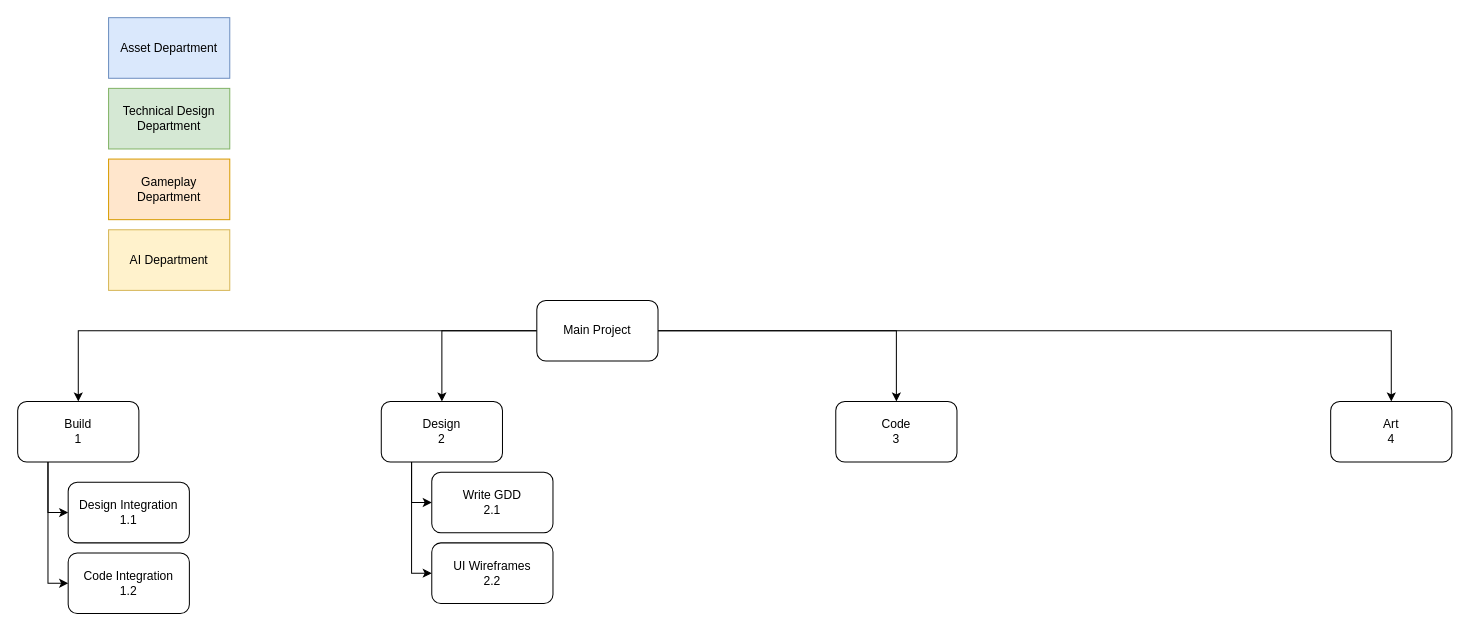
Afronomical/StudioModuleSWEGMT keeps this draw.io diagram as WBS.drawio. Above is the earlier version. Source tidied: cells renumbered, new cells numbered last; positions are measured from the earlier drawing's top-left corner, leaving out a move shared by most shapes. Both pictures are drawn from the tidied source at 101%, with x=0, y=0 at pixel (17, 17).
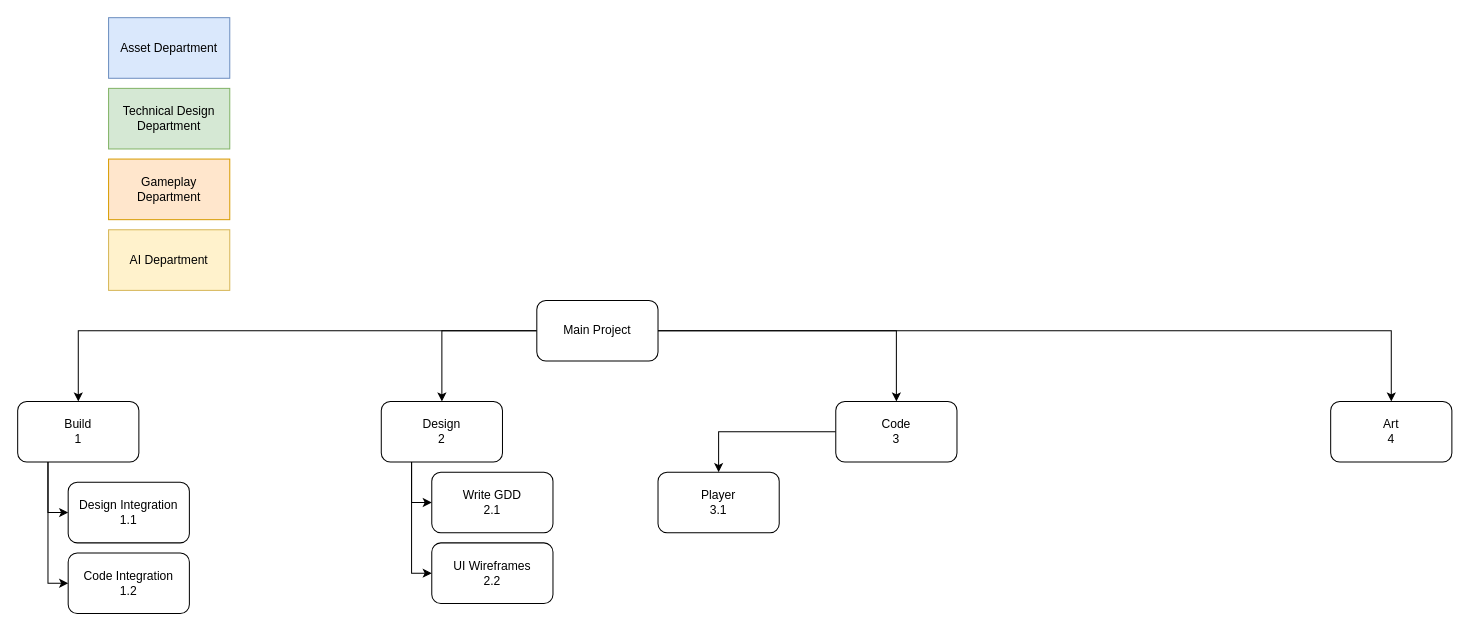
Above is the later version.

Unchanged cells that the change refers to:
```xml
<mxCell id="10" value="Code&lt;br&gt;3" style="rounded=1;whiteSpace=wrap;html=1;" parent="1" vertex="1">
  <mxGeometry x="810" y="380" width="120" height="60" as="geometry" />
</mxCell>
```

Change to the diagram source:
```diff
@@
+    <mxCell id="23" style="edgeStyle=orthogonalEdgeStyle;rounded=0;jettySize=auto;html=1;exitX=0;exitY=0.5;exitDx=0;exitDy=0;entryX=0.5;entryY=0;entryDx=0;entryDy=0;" parent="1" edge="1" source="10" target="24">
+      <mxGeometry relative="1" as="geometry" />
+    </mxCell>
@@
+    <mxCell id="24" value="Player&lt;br&gt;3.1" style="rounded=1;whiteSpace=wrap;html=1;" parent="1" vertex="1">
+      <mxGeometry x="634" y="450" width="120" height="60" as="geometry" />
+    </mxCell>
```
